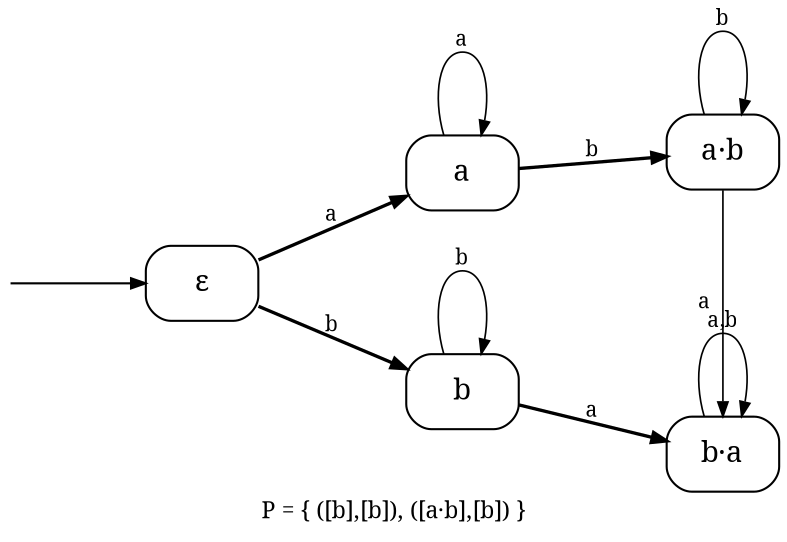
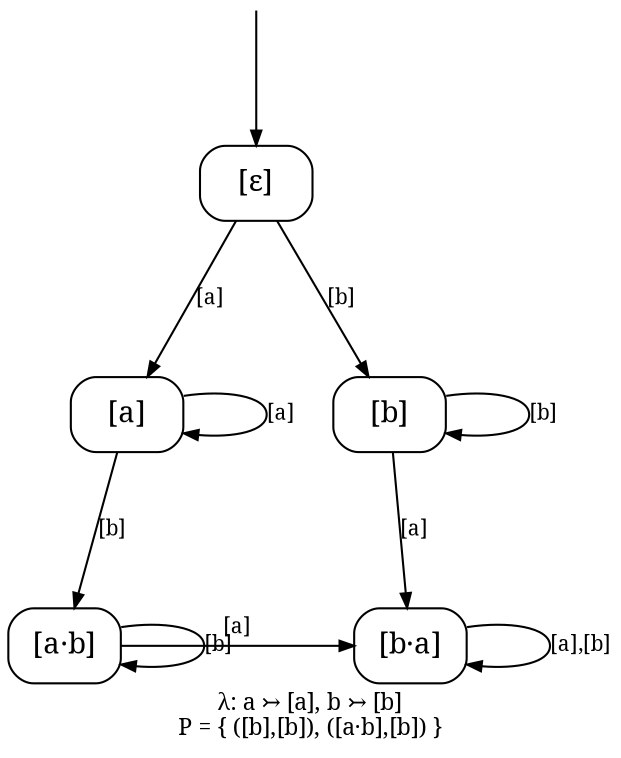
// sos2cayley astar_bomega.sos --rename a=a,!a=b
digraph core_F0_astar_bomega {
-   rankdir=LR;
+   rankdir=TB;
  ranksep=0.87; nodesep=0.55;
  node [shape=box, style=rounded, fontname="serif", margin="0.06,0.03"];
  edge [fontname="serif", fontsize=10, arrowsize=0.7];
-   label="P = { ([b],[b]), ([a·b],[b]) }"; labelloc="b"; labeljust="c";
-   fontname="serif"; fontsize=11;
+   label="λ: a ↣ [a], b ↣ [b]\nP = { ([b],[b]), ([a·b],[b]) }";
+   labelloc="b"; labeljust="c"; fontname="serif"; fontsize=11;

-   eps [label="ε"];
-   a [label="a"];
-   b [label="b"];
-   ab [label="a·b"];
-   ba [label="b·a"];
+   eps [label="[ε]"];
+   a [label="[a]"];
+   b [label="[b]"];
+   ab [label="[a·b]"];
+   ba [label="[b·a]"];
  _init [shape=none, label="", width=0.02, height=0.02];
  _init -> eps;

  { rank=same; eps; }
  { rank=same; a b; }
  { rank=same; ab ba; }

-   eps -> a [label="a", penwidth=1.6, weight=10];
-   eps -> b [label="b", penwidth=1.6, weight=10];
-   a -> a [label="a", penwidth=0.8, weight=1];
-   a -> ab [label="b", penwidth=1.6, weight=3];
-   b -> ba [label="a", penwidth=1.6, weight=3];
-   b -> b [label="b", penwidth=0.8, weight=1];
-   ab -> ba [label="a", penwidth=0.8, weight=1];
-   ab -> ab [label="b", penwidth=0.8, weight=1];
-   ba -> ba [label="a,b", penwidth=0.8, weight=1];
+   eps -> a [label="[a]", weight=10];
+   eps -> b [label="[b]", weight=10];
+   a -> a [label="[a]", weight=1];
+   a -> ab [label="[b]", weight=3];
+   b -> ba [label="[a]", weight=3];
+   b -> b [label="[b]", weight=1];
+   ab -> ba [label="[a]", weight=1];
+   ab -> ab [label="[b]", weight=1];
+   ba -> ba [label="[a],[b]", weight=1];
}
